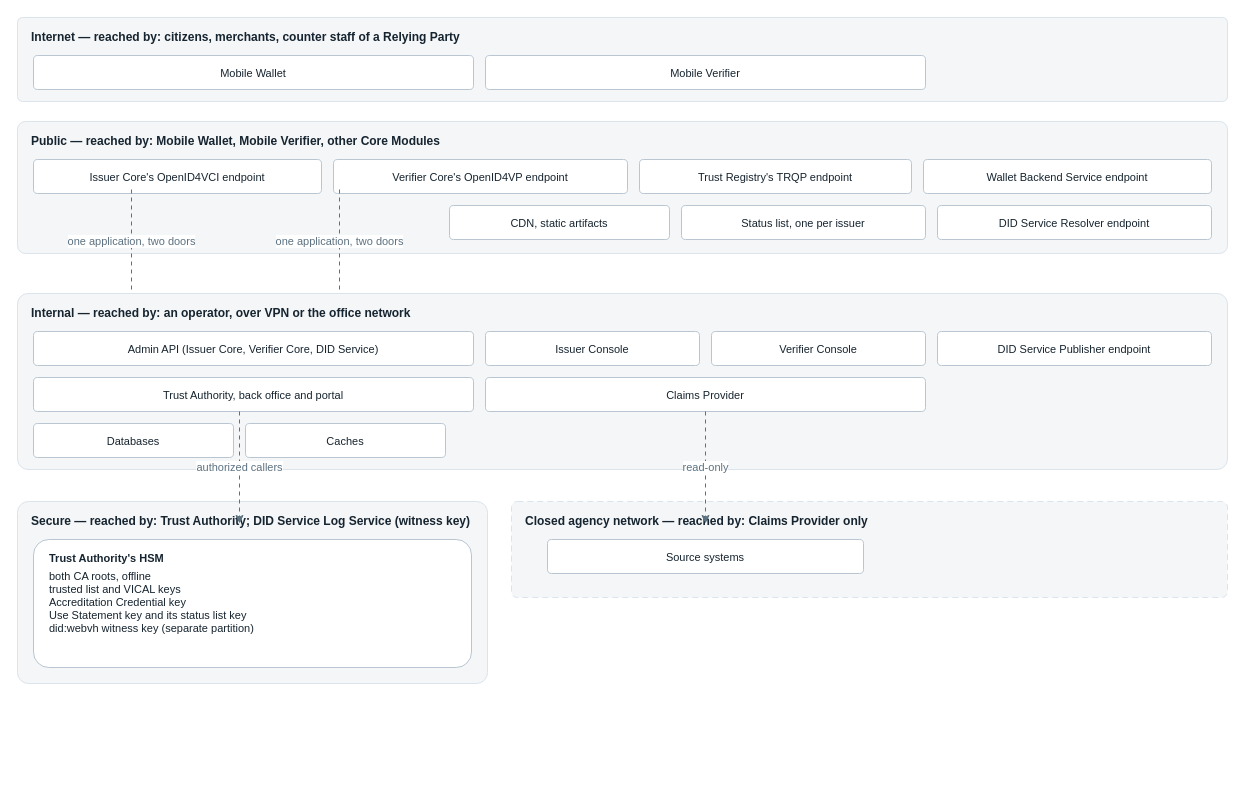
Earlier version of the draw.io diagram images/architecture-framework/high-level-architecture/network-zones.drawio (id-verifiable-credential-dev/id-doc-idctf). Source tidied: cells renumbered, new cells numbered last; positions are measured from the earlier drawing's top-left corner, leaving out a move shared by most shapes. Both pictures are drawn from the tidied source at 100%, with x=0, y=0 at pixel (17, 17).
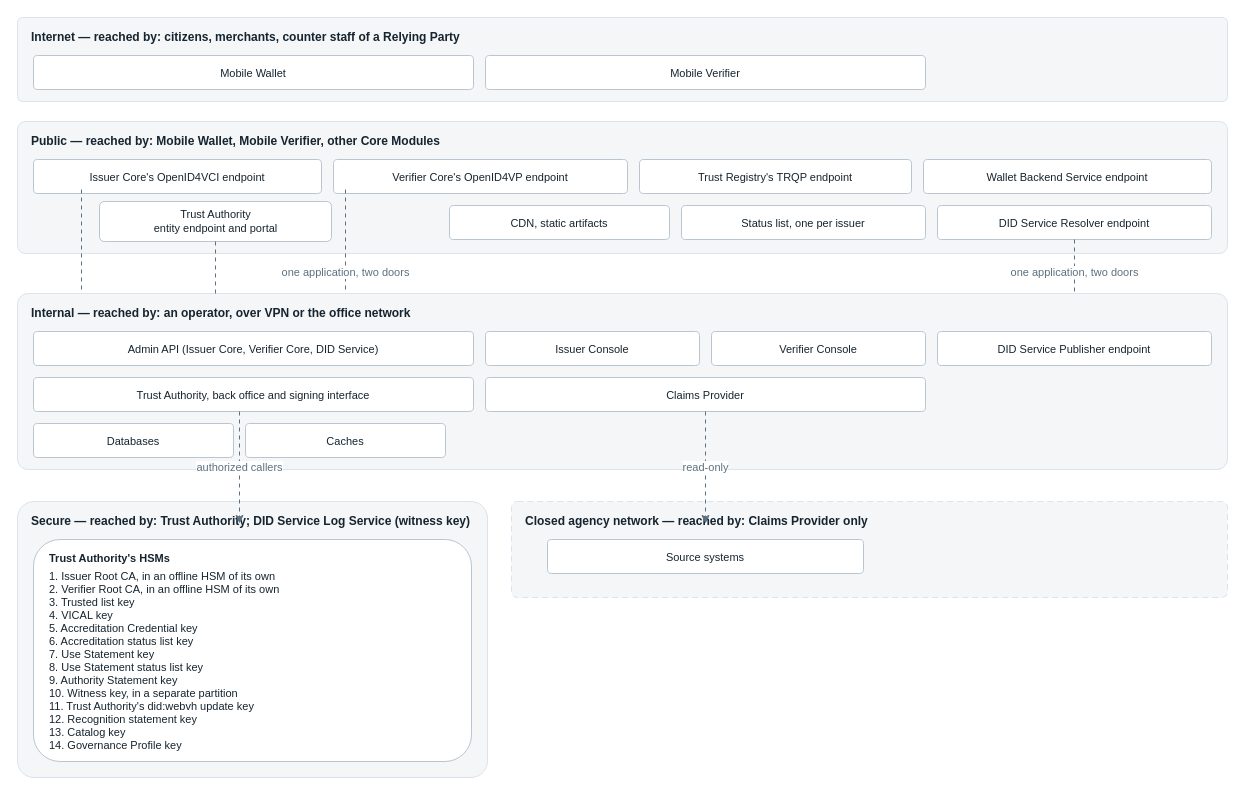
The same page after the edit.

Change to the diagram source:
```diff
@@
-    <mxCell id="18" value="Trust Authority, back office and portal" style="rounded=1;arcSize=12;fillColor=#ffffff;strokeColor=#b9c6d2;fontSize=11;fontColor=#16242f;" parent="1" vertex="1">
+    <mxCell id="18" value="Trust Authority, back office and signing interface" style="rounded=1;arcSize=12;fillColor=#ffffff;strokeColor=#b9c6d2;fontSize=11;fontColor=#16242f;" parent="1" vertex="1">
       <mxGeometry x="16" y="360" width="440" height="34" as="geometry" />
     </mxCell>
@@
     <mxCell id="22" value="Secure — reached by: Trust Authority; DID Service Log Service (witness key)" style="rounded=1;arcSize=6;fillColor=#f4f6f8;strokeColor=#dbe4ec;dashed=0;verticalAlign=top;align=left;spacingLeft=12;spacingTop=6;fontSize=12;fontStyle=1;fontColor=#16242f;" parent="1" vertex="1">
-      <mxGeometry y="484" width="470" height="182" as="geometry" />
+      <mxGeometry y="484" width="470" height="276" as="geometry" />
     </mxCell>
-    <mxCell id="23" value="Trust Authority's HSM" style="rounded=1;arcSize=12;fillColor=#ffffff;strokeColor=#b9c6d2;fontSize=11;fontStyle=1;fontColor=#16242f;verticalAlign=top;align=left;spacingLeft=14;spacingTop=6;" parent="1" vertex="1">
-      <mxGeometry x="16" y="522" width="438" height="128" as="geometry" />
+    <mxCell id="23" value="Trust Authority's HSMs" style="rounded=1;arcSize=12;fillColor=#ffffff;strokeColor=#b9c6d2;fontSize=11;fontStyle=1;fontColor=#16242f;verticalAlign=top;align=left;spacingLeft=14;spacingTop=6;" parent="1" vertex="1">
+      <mxGeometry x="16" y="522" width="438" height="222" as="geometry" />
     </mxCell>
-    <mxCell id="24" value="both CA roots, offline&#10;trusted list and VICAL keys&#10;Accreditation Credential key&#10;Use Statement key and its status list key&#10;did:webvh witness key (separate partition)" style="text;html=0;align=left;verticalAlign=top;fontSize=11;fontColor=#16242f;" parent="1" vertex="1">
-      <mxGeometry x="30" y="546" width="410" height="96" as="geometry" />
+    <mxCell id="24" value="1. Issuer Root CA, in an offline HSM of its own&#10;2. Verifier Root CA, in an offline HSM of its own&#10;3. Trusted list key&#10;4. VICAL key&#10;5. Accreditation Credential key&#10;6. Accreditation status list key&#10;7. Use Statement key&#10;8. Use Statement status list key&#10;9. Authority Statement key&#10;10. Witness key, in a separate partition&#10;11. Trust Authority's did:webvh update key&#10;12. Recognition statement key&#10;13. Catalog key&#10;14. Governance Profile key" style="text;html=0;align=left;verticalAlign=top;fontSize=11;fontColor=#16242f;" parent="1" vertex="1">
+      <mxGeometry x="30" y="546" width="410" height="190" as="geometry" />
     </mxCell>
@@
-    <mxCell id="27" value="one application, two doors" style="endArrow=none;dashed=1;dashPattern=4 4;html=1;strokeColor=#5c7180;fontSize=11;fontColor=#5c7180;" parent="1" edge="1">
-      <mxGeometry relative="1" as="geometry">
-        <mxPoint x="114" y="172" as="sourcePoint" />
-        <mxPoint x="114" y="276" as="targetPoint" />
+    <mxCell id="27" style="endArrow=none;dashed=1;dashPattern=4 4;html=1;strokeColor=#5c7180;fontSize=11;fontColor=#5c7180;" parent="1" edge="1">
+      <mxGeometry x="0.6" relative="1" as="geometry">
+        <mxPoint x="64" y="172" as="sourcePoint" />
+        <mxPoint x="64" y="276" as="targetPoint" />
       </mxGeometry>
     </mxCell>
     <mxCell id="28" value="one application, two doors" style="endArrow=none;dashed=1;dashPattern=4 4;html=1;strokeColor=#5c7180;fontSize=11;fontColor=#5c7180;" parent="1" edge="1">
-      <mxGeometry relative="1" as="geometry">
-        <mxPoint x="322" y="172" as="sourcePoint" />
-        <mxPoint x="322" y="276" as="targetPoint" />
+      <mxGeometry x="0.6" relative="1" as="geometry">
+        <mxPoint x="328" y="172" as="sourcePoint" />
+        <mxPoint x="328" y="276" as="targetPoint" />
       </mxGeometry>
     </mxCell>
+    <mxCell id="31" value="Trust Authority&lt;br&gt;entity endpoint and portal" style="rounded=1;arcSize=12;fillColor=#ffffff;strokeColor=#b9c6d2;fontSize=11;fontColor=#16242f;html=1;" parent="1" vertex="1">
+      <mxGeometry x="82" y="184" width="232" height="40" as="geometry" />
+    </mxCell>
+    <mxCell id="32" style="endArrow=none;dashed=1;dashPattern=4 4;html=1;strokeColor=#5c7180;fontSize=11;fontColor=#5c7180;" parent="1" edge="1">
+      <mxGeometry relative="1" as="geometry">
+        <mxPoint x="198" y="224" as="sourcePoint" />
+        <mxPoint x="198" y="276" as="targetPoint" />
+      </mxGeometry>
+    </mxCell>
+    <mxCell id="33" value="one application, two doors" style="endArrow=none;dashed=1;dashPattern=4 4;html=1;strokeColor=#5c7180;fontSize=11;fontColor=#5c7180;" parent="1" edge="1">
+      <mxGeometry x="0.22" relative="1" as="geometry">
+        <mxPoint x="1057" y="222" as="sourcePoint" />
+        <mxPoint x="1057" y="276" as="targetPoint" />
+      </mxGeometry>
+    </mxCell>
```
